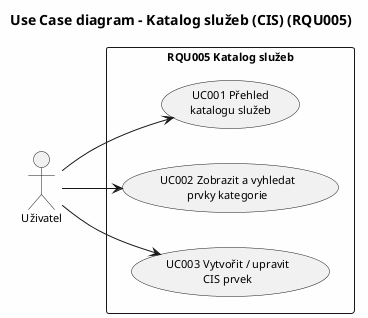
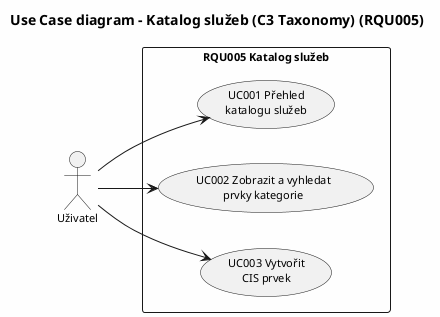
@startuml UC_diagram
skinparam defaultFontName "Segoe UI"
skinparam defaultFontSize 11
skinparam backgroundColor #FEFEFE
left to right direction

- title Use Case diagram – Katalog služeb (CIS) (RQU005)
+ title Use Case diagram – Katalog služeb (C3 Taxonomy) (RQU005)

actor "Uživatel" as U

rectangle "RQU005 Katalog služeb" {
    usecase "UC001 Přehled\nkatalogu služeb" as UC001
    usecase "UC002 Zobrazit a vyhledat\nprvky kategorie" as UC002
-     usecase "UC003 Vytvořit / upravit\nCIS prvek" as UC003
+     usecase "UC003 Vytvořit\nCIS prvek" as UC003
}

U --> UC001
U --> UC002
U --> UC003

@enduml
